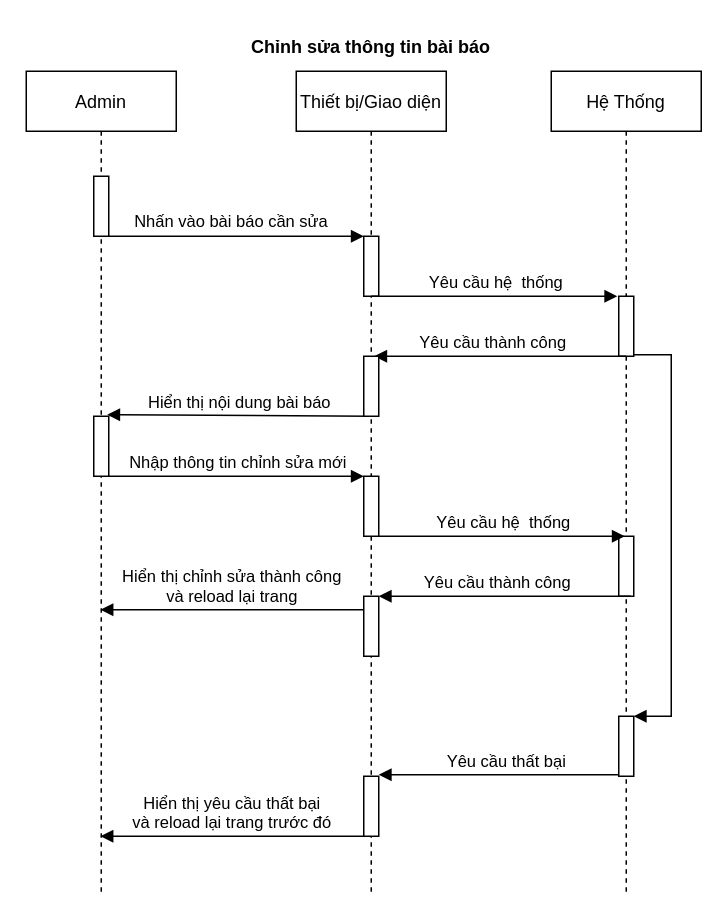
Before: Drawio/Edit_News.drawio in LuanMinhNguyen/nhom2thuctapchuyennganh, a draw.io diagram. Source tidied: cells renumbered, new cells numbered last; positions are measured from the earlier drawing's top-left corner, leaving out a move shared by most shapes. Both pictures are drawn from the tidied source at 150%, with x=0, y=0 at pixel (26, 26).
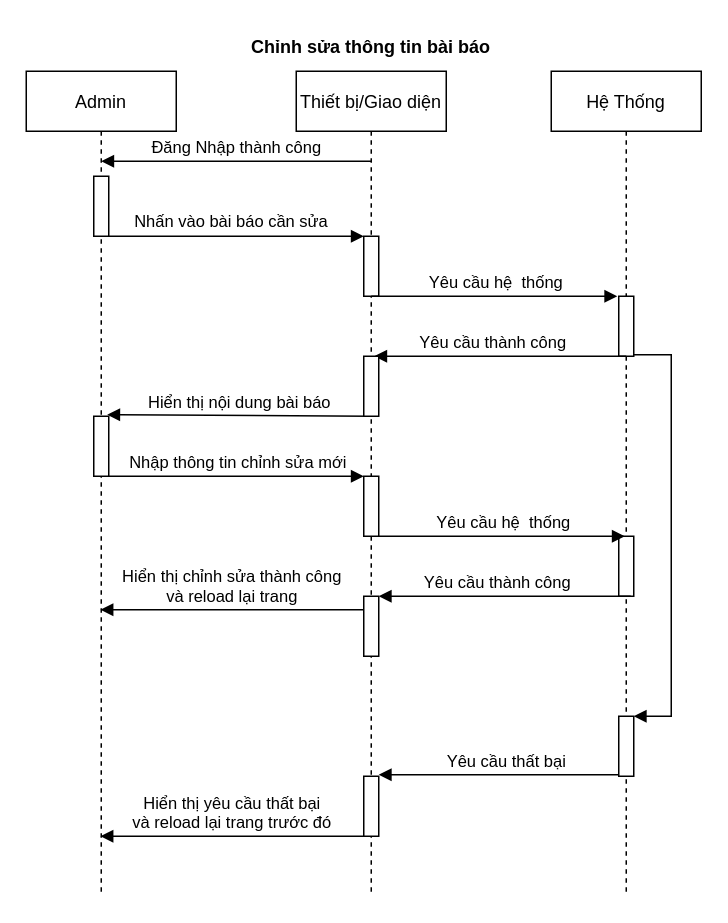
The same page after the edit.

The edit, as a diff of the source:
```diff
@@
+    <mxCell id="27" value="Đăng Nhập thành công" style="html=1;verticalAlign=bottom;endArrow=block;exitX=0.5;exitY=1;exitDx=0;exitDy=0;exitPerimeter=0;" parent="1" edge="1">
+      <mxGeometry relative="1" as="geometry">
+        <mxPoint x="230" y="90" as="sourcePoint" />
+        <mxPoint x="50" y="90" as="targetPoint" />
+      </mxGeometry>
+    </mxCell>
```
